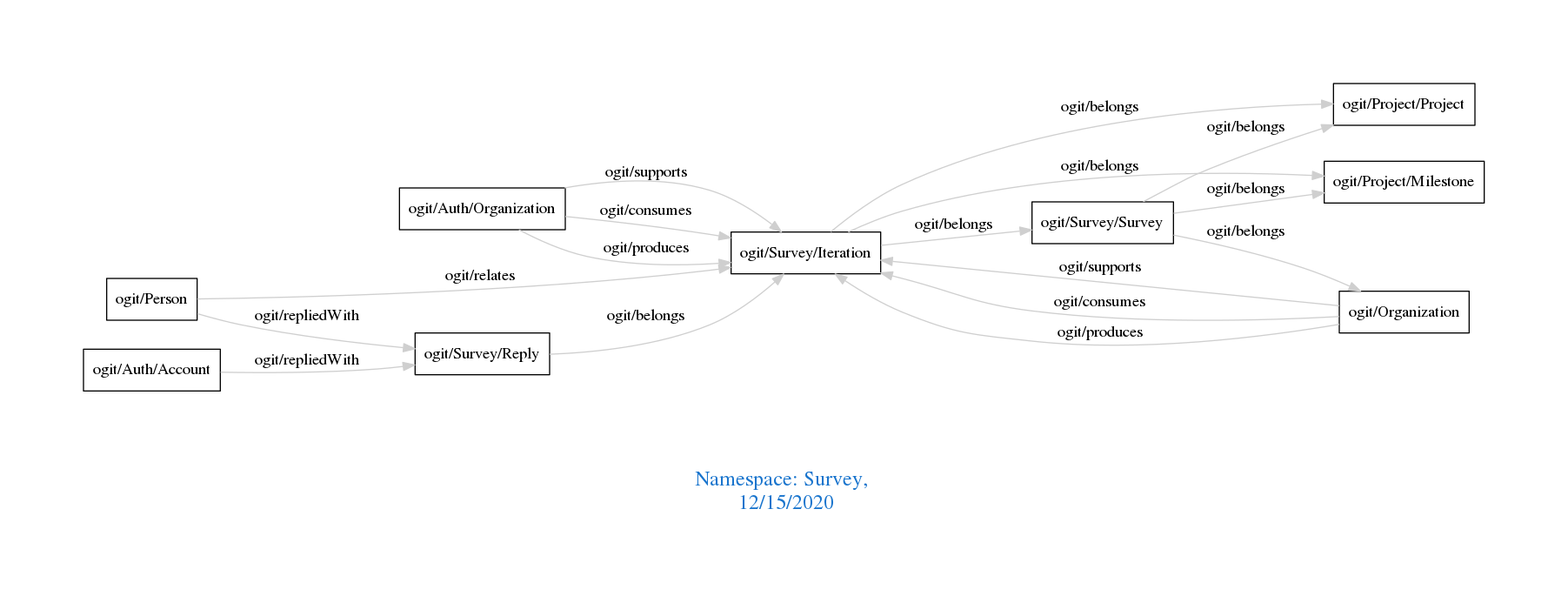
Before: downloads/Survey.png, a diagram exported from Graphviz (arago/OGIT). Its source is kept beside it as downloads/Survey.dot.
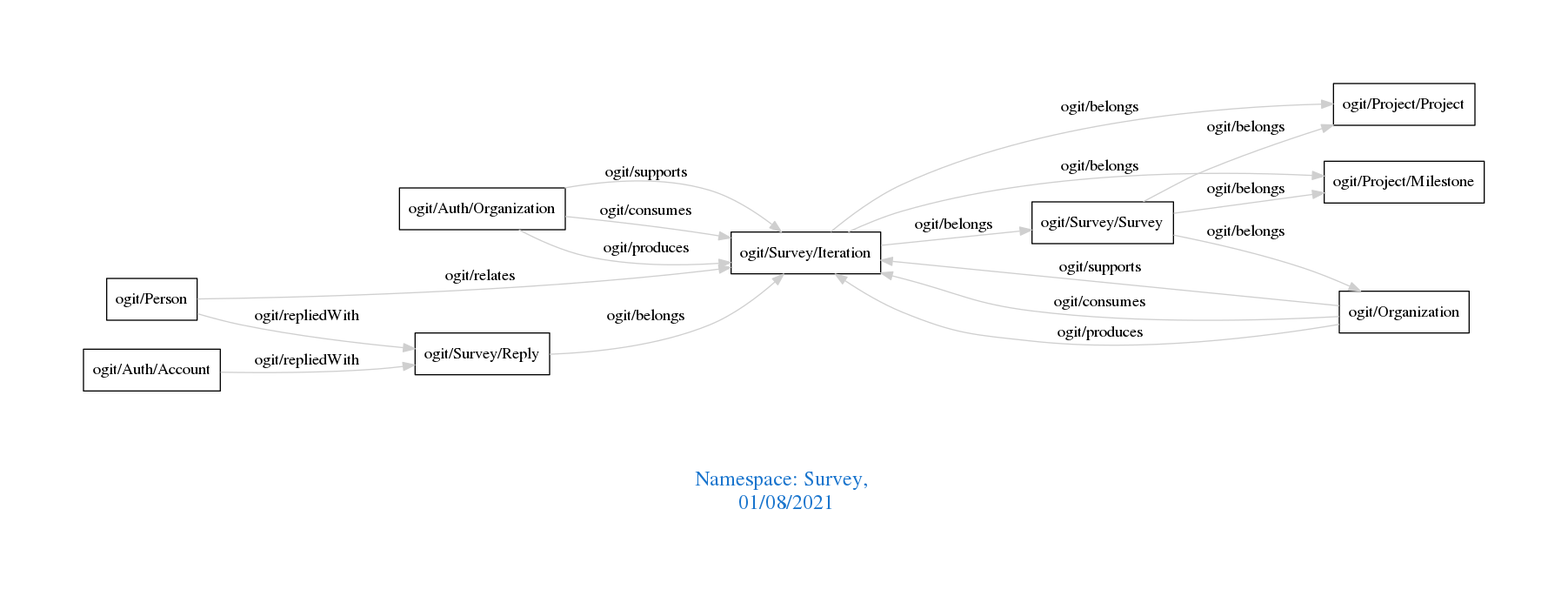
The same file after the commit.

What changed in the source:
```diff
@@ -1,7 +1,7 @@
 digraph OGIT_ontology {
  graph [ rankdir= LR,pad=1
 fontsize = 18,
-fontcolor= dodgerblue3,label = "\n\n\nNamespace: Survey, \n 12/15/2020"];
+fontcolor= dodgerblue3,label = "\n\n\nNamespace: Survey, \n 01/08/2021"];
 node[shape=polygon];
 edge [  color="gray81"];
 
```
